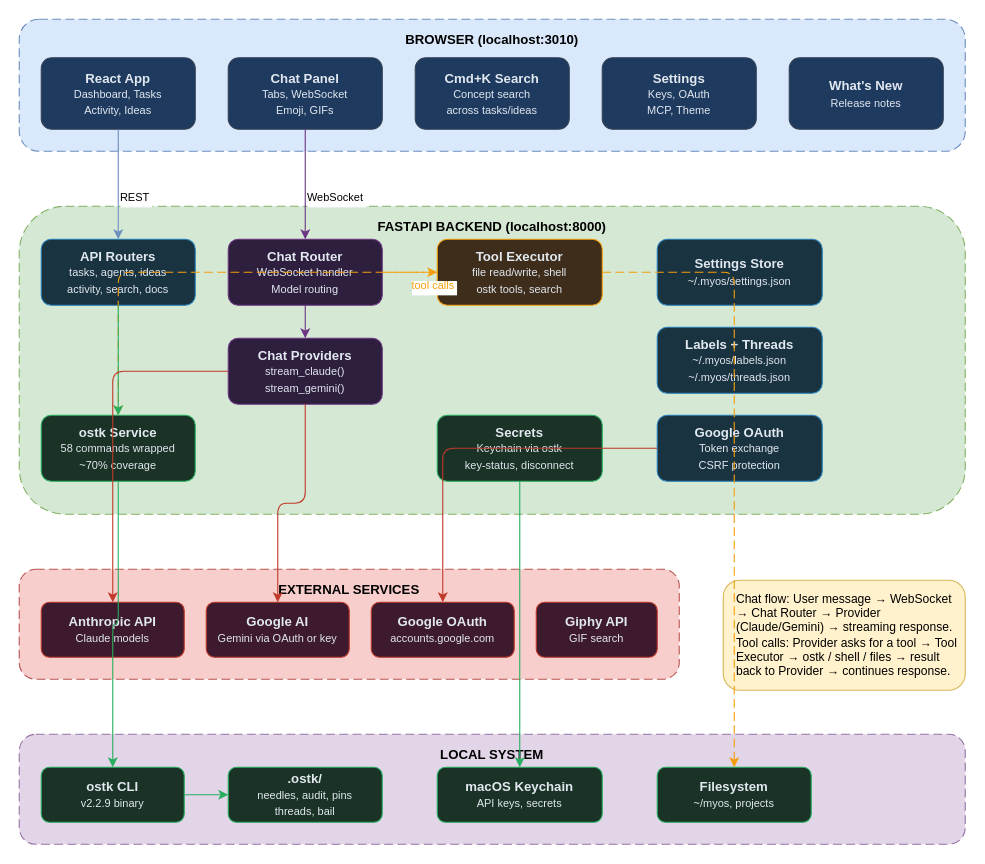
Above: docs/myos-architecture.drawio in torimeyer/youros (draw.io), before the change. Source tidied: cells renumbered, new cells numbered last; positions are measured from the earlier drawing's top-left corner, leaving out a move shared by most shapes. Both pictures are drawn from the tidied source at 110%, with x=0, y=0 at pixel (19, 19).
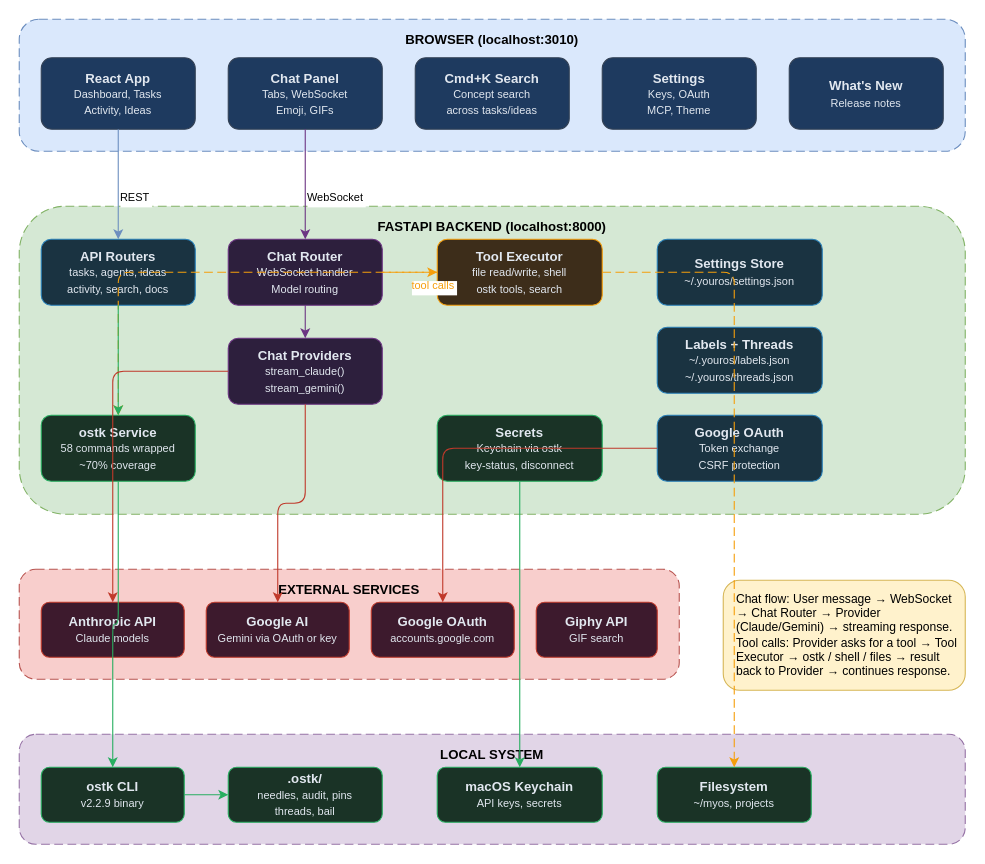
The same diagram, later.

Diff of the diagram source:
```diff
@@
-    <mxCell id="15" value="&lt;b&gt;Settings Store&lt;/b&gt;&lt;br&gt;&lt;font style=&quot;font-size:10px&quot;&gt;~/.myos/settings.json&lt;/font&gt;" style="rounded=1;whiteSpace=wrap;html=1;fillColor=#1a3341;fontColor=#e2e8f0;strokeColor=#2980b9;" parent="1" vertex="1">
+    <mxCell id="15" value="&lt;b&gt;Settings Store&lt;/b&gt;&lt;br&gt;&lt;font style=&quot;font-size:10px&quot;&gt;~/.youros/settings.json&lt;/font&gt;" style="rounded=1;whiteSpace=wrap;html=1;fillColor=#1a3341;fontColor=#e2e8f0;strokeColor=#2980b9;" parent="1" vertex="1">
       <mxGeometry x="580" y="200" width="150" height="60" as="geometry" />
     </mxCell>
@@
-    <mxCell id="17" value="&lt;b&gt;Labels + Threads&lt;/b&gt;&lt;br&gt;&lt;font style=&quot;font-size:10px&quot;&gt;~/.myos/labels.json&lt;br&gt;~/.myos/threads.json&lt;/font&gt;" style="rounded=1;whiteSpace=wrap;html=1;fillColor=#1a3341;fontColor=#e2e8f0;strokeColor=#2980b9;" parent="1" vertex="1">
+    <mxCell id="17" value="&lt;b&gt;Labels + Threads&lt;/b&gt;&lt;br&gt;&lt;font style=&quot;font-size:10px&quot;&gt;~/.youros/labels.json&lt;br&gt;~/.youros/threads.json&lt;/font&gt;" style="rounded=1;whiteSpace=wrap;html=1;fillColor=#1a3341;fontColor=#e2e8f0;strokeColor=#2980b9;" parent="1" vertex="1">
       <mxGeometry x="580" y="280" width="150" height="60" as="geometry" />
     </mxCell>
```
